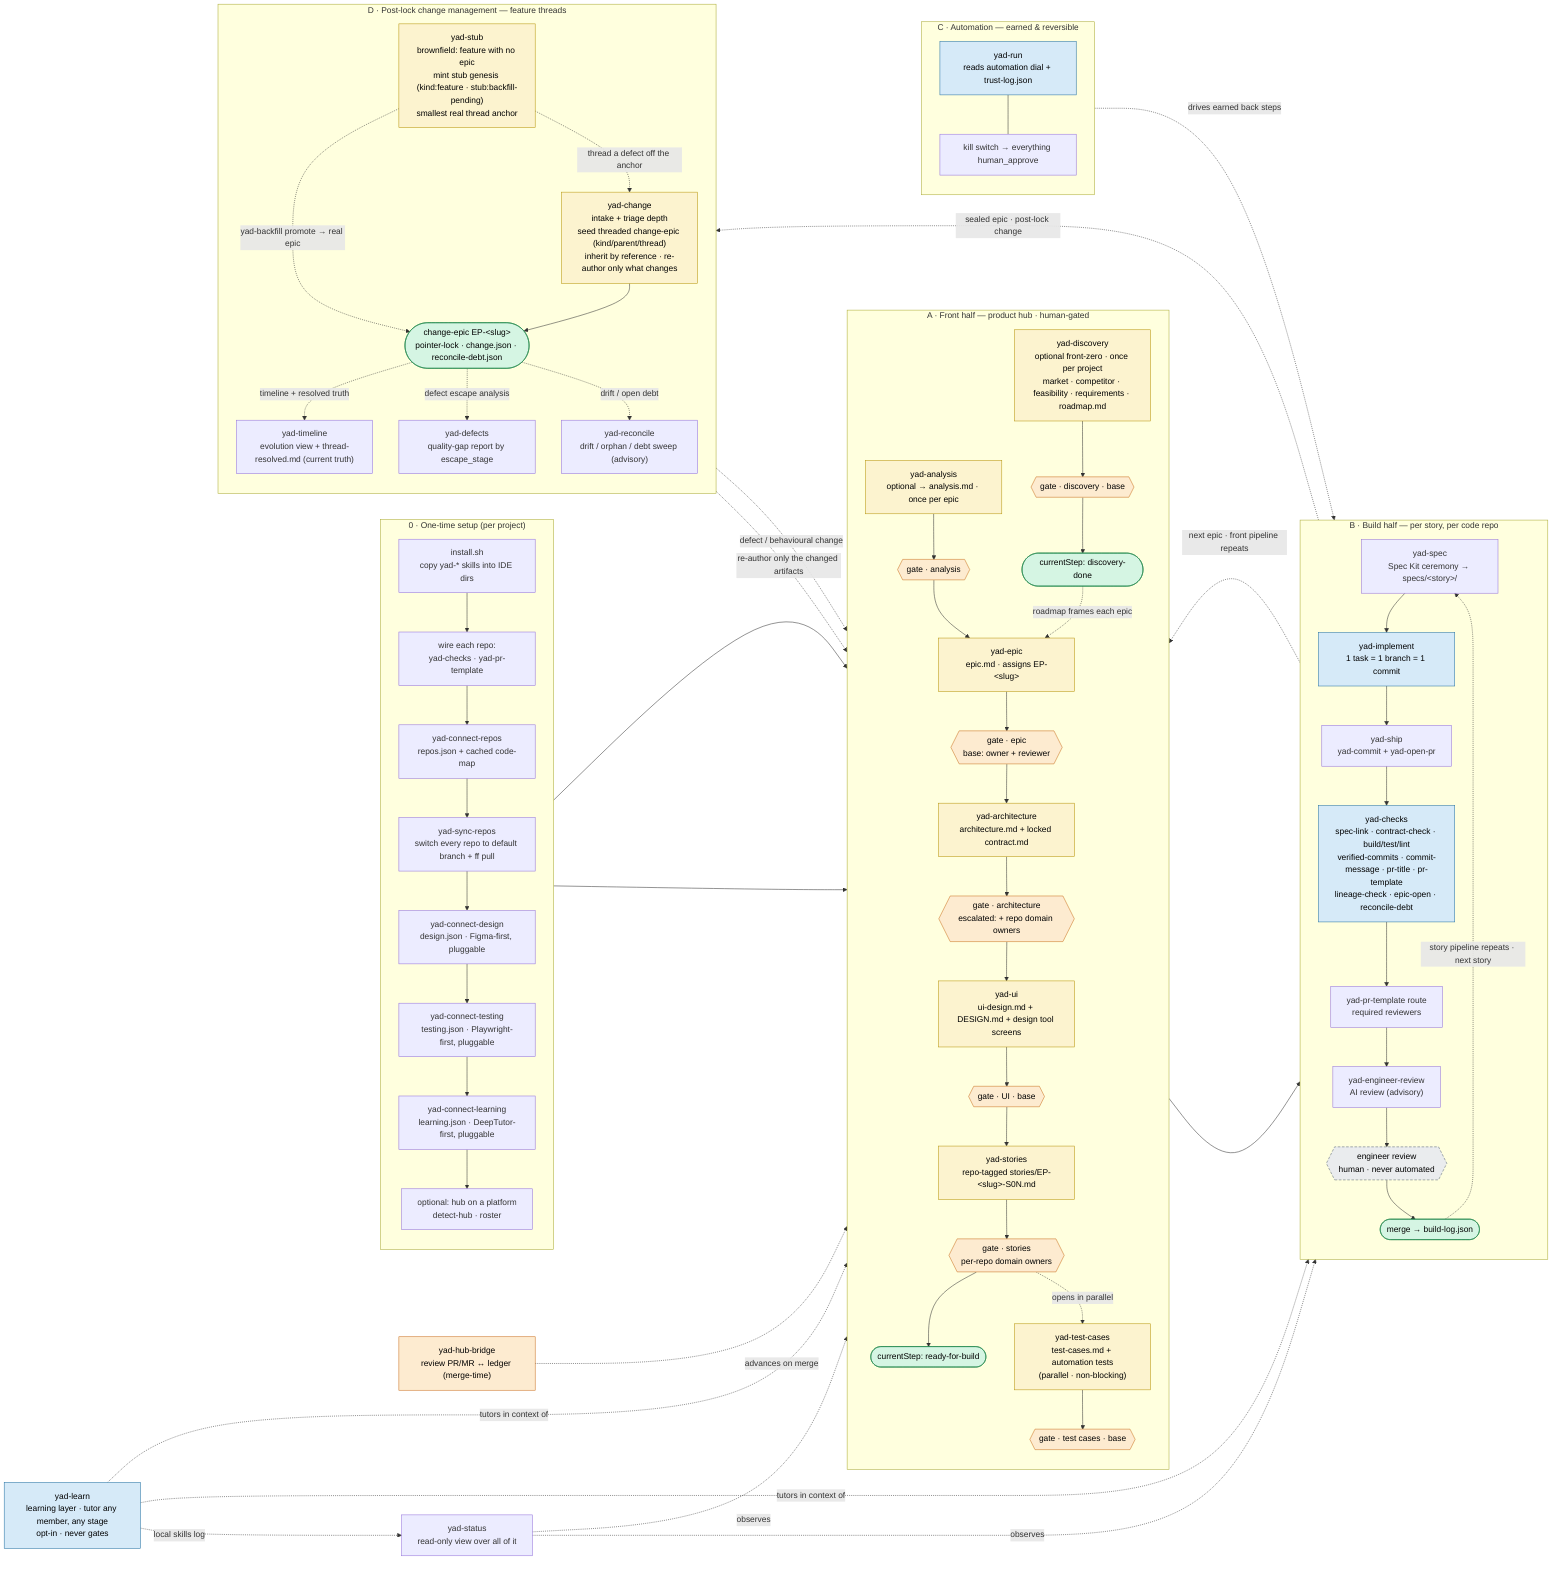
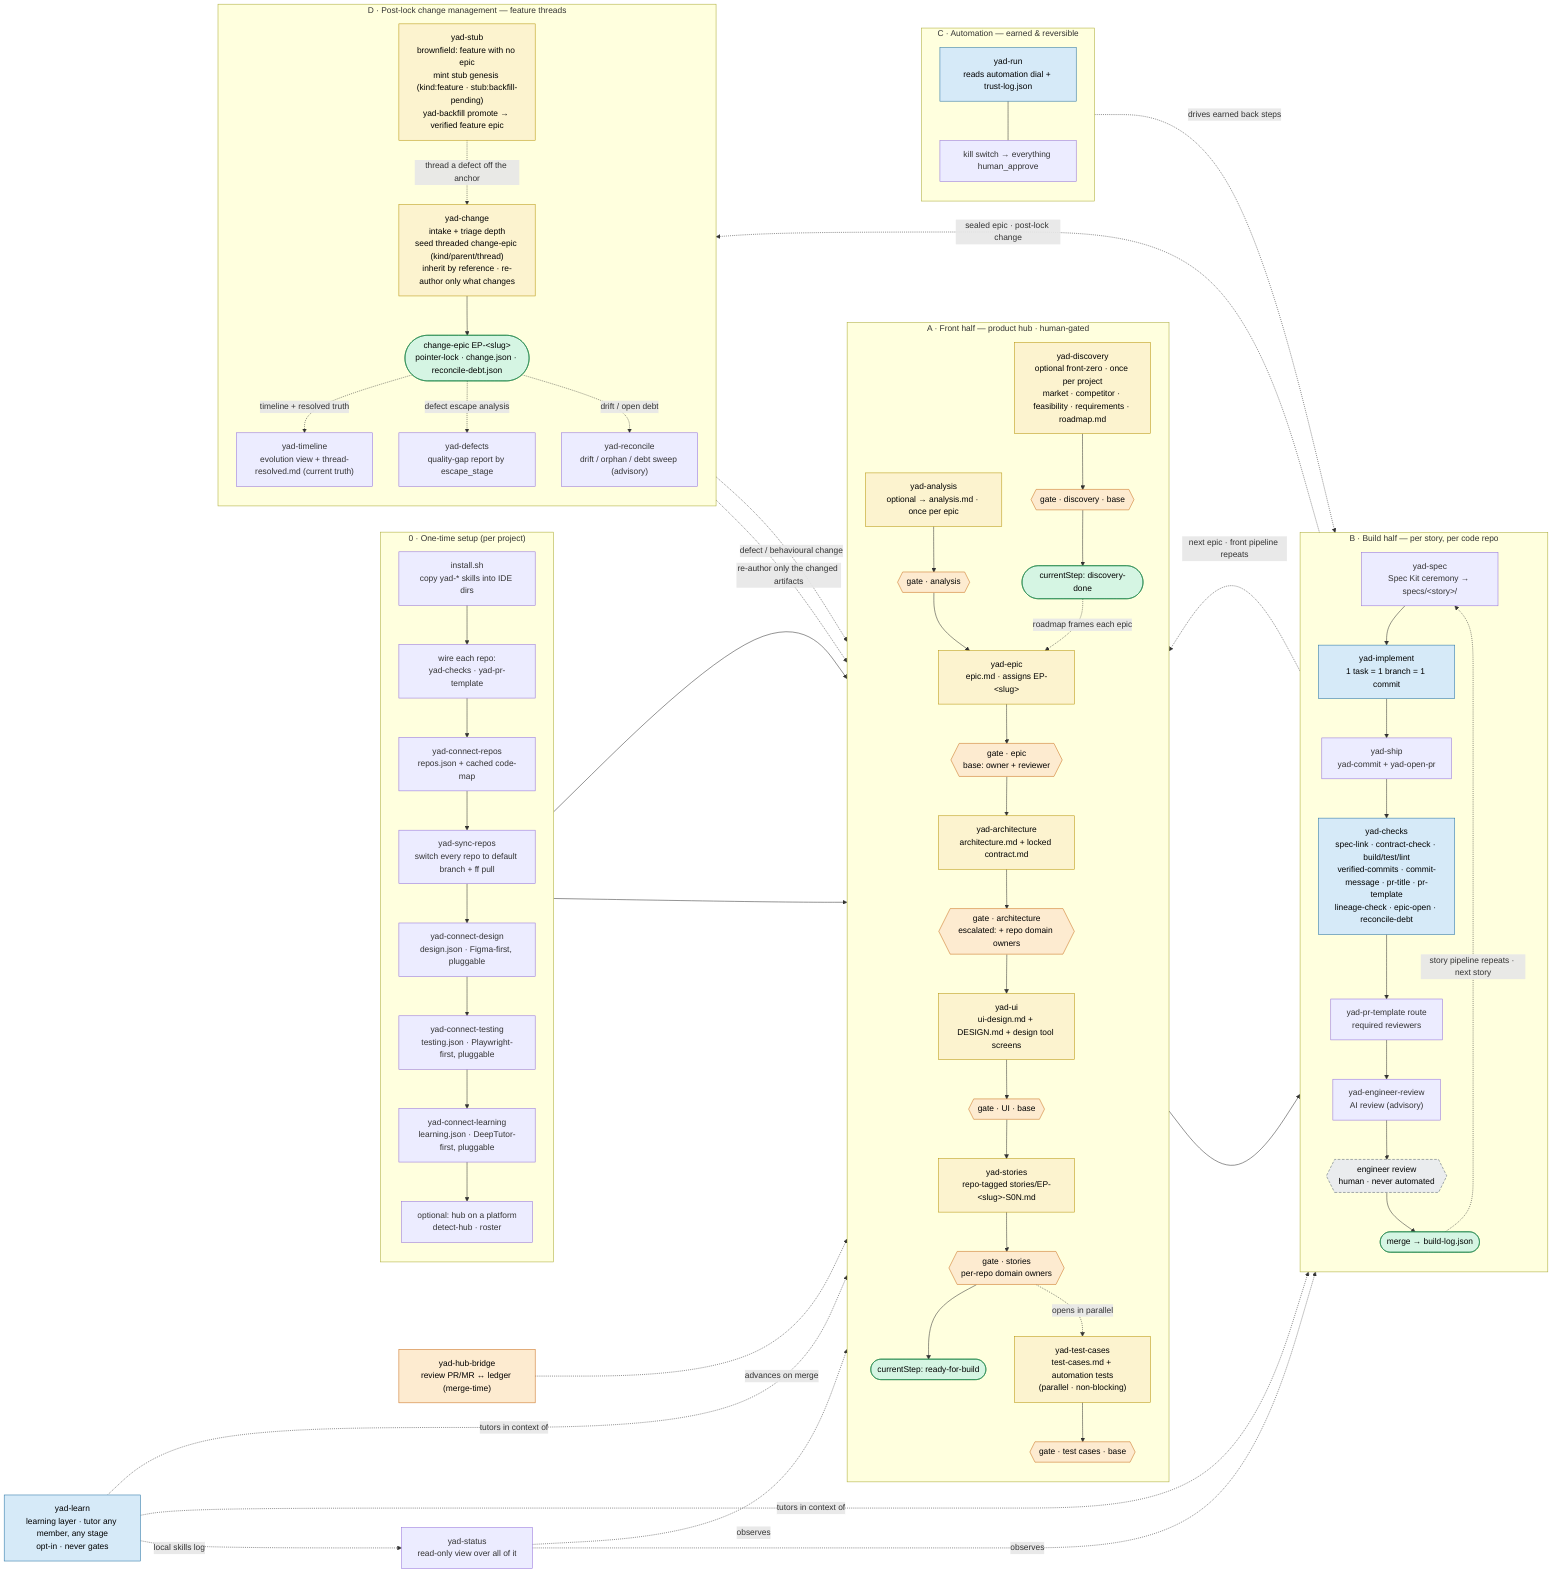
flowchart LR
    classDef gated fill:#fdebd0,stroke:#ca6f1e,color:#000
    classDef earns fill:#d6eaf8,stroke:#2471a3,color:#000
    classDef locked fill:#eaecee,stroke:#566573,color:#000,stroke-dasharray:5 3
    classDef artifact fill:#fcf3cf,stroke:#b7950b,color:#000
    classDef sentinel fill:#d5f5e3,stroke:#1e8449,color:#000

    subgraph SETUP["0 · One-time setup (per project)"]
      direction TB
      inst["install.sh<br/>copy yad-* skills into IDE dirs"]
      wire["wire each repo:<br/>yad-checks · yad-pr-template"]
      conn["yad-connect-repos<br/>repos.json + cached code-map"]
      sync["yad-sync-repos<br/>switch every repo to default branch + ff pull"]
      cdes["yad-connect-design<br/>design.json · Figma-first, pluggable"]
      ctest["yad-connect-testing<br/>testing.json · Playwright-first, pluggable"]
      clearn["yad-connect-learning<br/>learning.json · DeepTutor-first, pluggable"]
      phub["optional: hub on a platform<br/>detect-hub · roster"]
      inst --> wire --> conn --> sync --> cdes --> ctest --> clearn --> phub
    end

    subgraph FRONT["A · Front half — product hub · human-gated"]
      direction TB
      disc["yad-discovery<br/>optional front-zero · once per project<br/>market · competitor · feasibility · requirements · roadmap.md"]:::artifact
      gDisc{{"gate · discovery · base"}}:::gated
      dd(["currentStep: discovery-done"]):::sentinel
      disc --> gDisc --> dd
      an["yad-analysis<br/>optional → analysis.md · once per epic"]:::artifact
      ep["yad-epic<br/>epic.md · assigns EP-&lt;slug&gt;"]:::artifact
      ar["yad-architecture<br/>architecture.md + locked contract.md"]:::artifact
      ui["yad-ui<br/>ui-design.md + DESIGN.md + design tool screens"]:::artifact
      st["yad-stories<br/>repo-tagged stories/EP-&lt;slug&gt;-S0N.md"]:::artifact
      tc["yad-test-cases<br/>test-cases.md + automation tests<br/>(parallel · non-blocking)"]:::artifact
      gAn{{"gate · analysis"}}:::gated
      gEp{{"gate · epic<br/>base: owner + reviewer"}}:::gated
      gAr{{"gate · architecture<br/>escalated: + repo domain owners"}}:::gated
      gUi{{"gate · UI · base"}}:::gated
      gSt{{"gate · stories<br/>per-repo domain owners"}}:::gated
      gTc{{"gate · test cases · base"}}:::gated
      rfb(["currentStep: ready-for-build"]):::sentinel
      an --> gAn --> ep --> gEp --> ar --> gAr --> ui --> gUi --> st --> gSt --> rfb
      gSt -. opens in parallel .-> tc --> gTc
    end

    subgraph BUILD["B · Build half — per story, per code repo"]
      direction TB
      sp["yad-spec<br/>Spec Kit ceremony → specs/&lt;story&gt;/"]
      im["yad-implement<br/>1 task = 1 branch = 1 commit"]:::earns
      shp["yad-ship<br/>yad-commit + yad-open-pr"]
      ck["yad-checks<br/>spec-link · contract-check · build/test/lint<br/>verified-commits · commit-message · pr-title · pr-template<br/>lineage-check · epic-open · reconcile-debt"]:::earns
      prm["yad-pr-template route<br/>required reviewers"]
      air["yad-engineer-review<br/>AI review (advisory)"]
      eng{{"engineer review<br/>human · never automated"}}:::locked
      merged(["merge → build-log.json"]):::sentinel
      sp --> im --> shp --> ck --> prm --> air --> eng --> merged
    end

    subgraph AUTO["C · Automation — earned & reversible"]
      direction TB
      run["yad-run<br/>reads automation dial + trust-log.json"]:::earns
      kill["kill switch → everything human_approve"]
      run --- kill
    end

    subgraph THREAD["D · Post-lock change management — feature threads"]
      direction TB
-       stub["yad-stub<br/>brownfield: feature with no epic<br/>mint stub genesis (kind:feature · stub:backfill-pending)<br/>smallest real thread anchor"]:::artifact
+       stub["yad-stub<br/>brownfield: feature with no epic<br/>mint stub genesis (kind:feature · stub:backfill-pending)<br/>yad-backfill promote → verified feature epic"]:::artifact
      chg["yad-change<br/>intake + triage depth<br/>seed threaded change-epic (kind/parent/thread)<br/>inherit by reference · re-author only what changes"]:::artifact
      cepic(["change-epic EP-&lt;slug&gt;<br/>pointer-lock · change.json · reconcile-debt.json"]):::sentinel
      tl["yad-timeline<br/>evolution view + thread-resolved.md (current truth)"]
      df["yad-defects<br/>quality-gap report by escape_stage"]
      rec["yad-reconcile<br/>drift / orphan / debt sweep (advisory)"]
      stub -. thread a defect off the anchor .-> chg
-       stub -. yad-backfill promote → real epic .-> cepic
      chg --> cepic
      cepic -. timeline + resolved truth .-> tl
      cepic -. defect escape analysis .-> df
      cepic -. drift / open debt .-> rec
    end

    phub --> disc
    phub --> an
    dd -. roadmap frames each epic .-> ep
    rfb --> sp
    merged -. story pipeline repeats · next story .-> sp
    merged -. next epic · front pipeline repeats .-> ep
    merged -. sealed epic · post-lock change .-> chg
    cepic -. re-author only the changed artifacts .-> ar
    cepic -. defect / behavioural change .-> st
    run -. drives earned back steps .-> im
    bridge["yad-hub-bridge<br/>review PR/MR ↔ ledger (merge-time)"]:::gated
    bridge -. advances on merge .-> gEp
    status["yad-status<br/>read-only view over all of it"]
    status -. observes .-> FRONT
    status -. observes .-> BUILD
    learn["yad-learn<br/>learning layer · tutor any member, any stage<br/>opt-in · never gates"]:::earns
    learn -. tutors in context of .-> FRONT
    learn -. tutors in context of .-> BUILD
    learn -. local skills log .-> status
